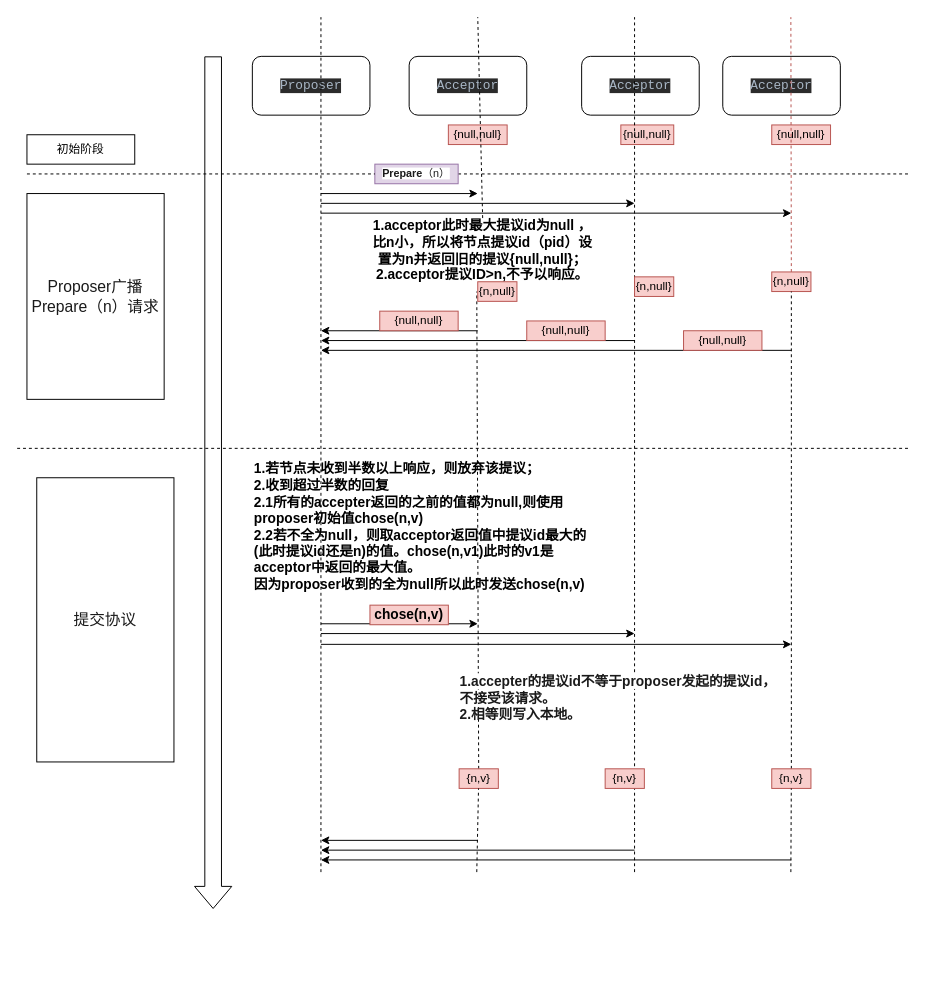
Earlier version of the draw.io diagram Untitled Diagram.drawio (852438143/drawIo). Source tidied: cells renumbered, new cells numbered last; positions are measured from the earlier drawing's top-left corner, leaving out a move shared by most shapes. Both pictures are drawn from the tidied source at 98%, with x=0, y=0 at pixel (17, 17).
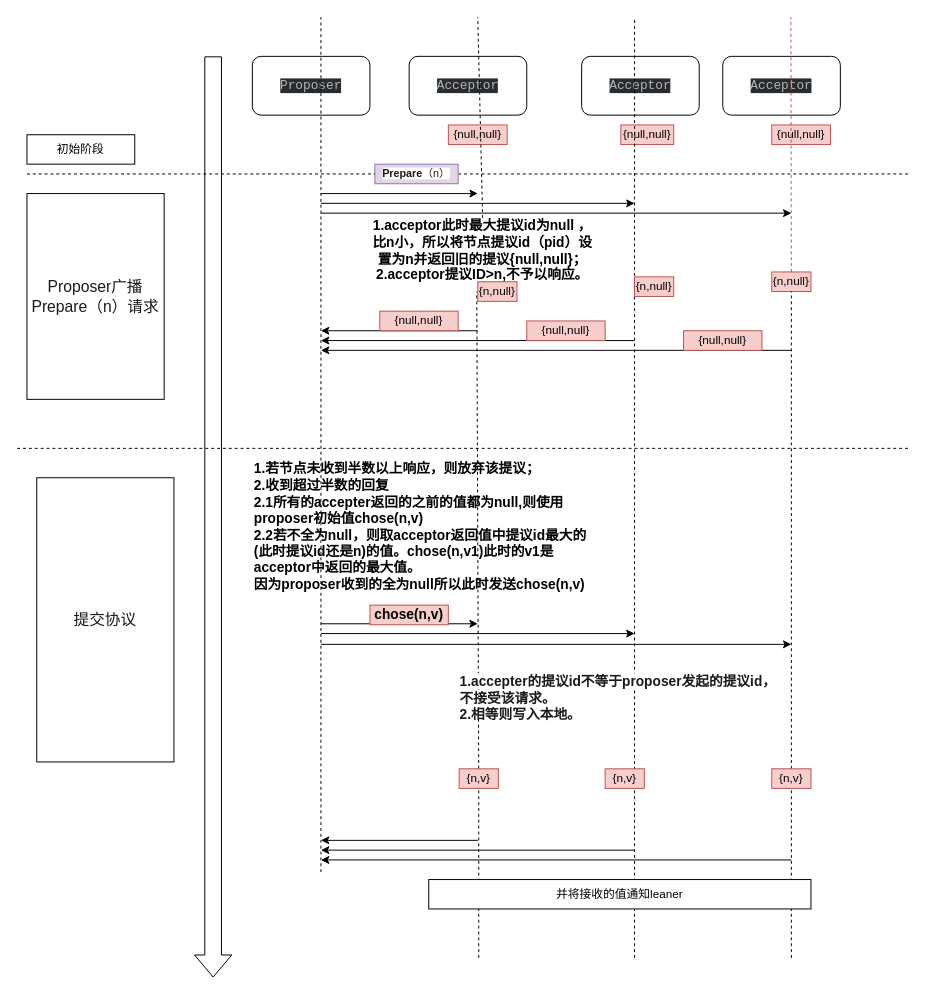
The same diagram, later.

Commit message:
paxos协议正常案例图

Unchanged cells that the change refers to:
```xml
<mxCell id="42" value="{n,v}" style="text;html=1;strokeColor=#b85450;fillColor=#f8cecc;align=center;verticalAlign=middle;whiteSpace=wrap;rounded=0;" parent="1" vertex="1">
  <mxGeometry x="451" y="767" width="40" height="20" as="geometry" />
</mxCell>
<mxCell id="45" value="{n,v}" style="text;html=1;strokeColor=#b85450;fillColor=#f8cecc;align=center;verticalAlign=middle;whiteSpace=wrap;rounded=0;" parent="1" vertex="1">
  <mxGeometry x="770" y="767" width="40" height="20" as="geometry" />
</mxCell>
```

Change to the diagram source:
```diff
@@
     <mxCell id="5" style="shape=flexArrow;endArrow=classic;html=1;width=17;endSize=7.17;" parent="1" edge="1">
       <mxGeometry relative="1" as="geometry">
         <mxPoint x="200" y="40" as="sourcePoint" />
-        <mxPoint x="200" y="910" as="targetPoint" />
+        <mxPoint x="200" y="980" as="targetPoint" />
       </mxGeometry>
     </mxCell>
@@
     <mxCell id="15" style="endArrow=none;dashed=1;html=1;" parent="1" edge="1">
       <mxGeometry relative="1" as="geometry">
-        <mxPoint x="630" y="872.4" as="sourcePoint" />
+        <mxPoint x="630" y="960" as="sourcePoint" />
         <mxPoint x="630" as="targetPoint" />
       </mxGeometry>
     </mxCell>
@@
     <mxCell id="43" style="endArrow=none;dashed=1;html=1;" parent="1" edge="1" target="42">
       <mxGeometry relative="1" as="geometry">
-        <mxPoint x="469" y="872.4" as="sourcePoint" />
+        <mxPoint x="471" y="960" as="sourcePoint" />
       </mxGeometry>
     </mxCell>
@@
     <mxCell id="46" style="endArrow=none;dashed=1;html=1;" parent="1" edge="1" target="45">
       <mxGeometry relative="1" as="geometry">
-        <mxPoint x="789.5" y="872.4" as="sourcePoint" />
+        <mxPoint x="790" y="960" as="sourcePoint" />
       </mxGeometry>
     </mxCell>
@@
+    <mxCell id="50" value="并将接收的值通知leaner" style="rounded=0;whiteSpace=wrap;html=1;" parent="1" vertex="1">
+      <mxGeometry x="420" y="880" width="390" height="30" as="geometry" />
+    </mxCell>
```
